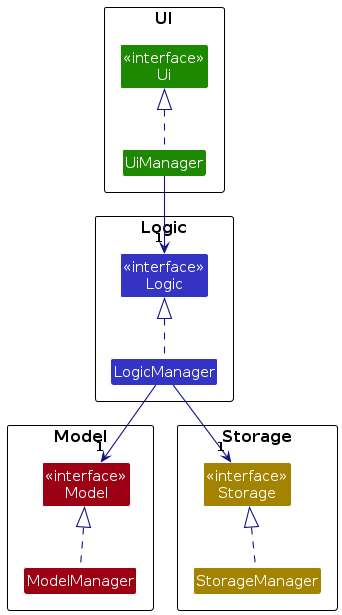
The PlantUML diagram diagrams/ComponentManagers.png in AY2627S1-CS2103T-T11-1/tp, before a commit. Its source is kept beside it as diagrams/ComponentManagers.puml. Source of this version:
```plantuml
@startuml
!include style.puml
skinparam arrowThickness 1.1
skinparam arrowColor LOGIC_COLOR_T4

package UI as UiPackage {
Class "<<interface>>\nUi" as Ui UI_COLOR
Class UiManager UI_COLOR
}

package Logic as LogicPackage {
Class "<<interface>>\nLogic" as Logic LOGIC_COLOR
Class LogicManager LOGIC_COLOR
}

package Model as ModelPackage {
Class "<<interface>>\nModel" as Model MODEL_COLOR
Class ModelManager MODEL_COLOR
}

package Storage as StoragePackage {
Class "<<interface>>\nStorage" as Storage STORAGE_COLOR
Class StorageManager STORAGE_COLOR
}

UiManager .up.|> Ui
LogicManager .up.|> Logic
ModelManager .up.|> Model
StorageManager .up.|> Storage

UiManager --> "1" Logic
LogicManager --> "1" Model
LogicManager --> "1" Storage
@enduml
```
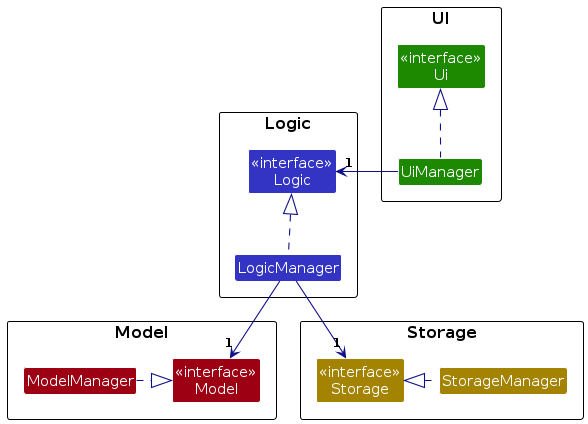
The same diagram one commit later.

What changed in the source:
```diff
@@ -25,10 +25,10 @@
 
 UiManager .up.|> Ui
 LogicManager .up.|> Logic
-ModelManager .up.|> Model
-StorageManager .up.|> Storage
+ModelManager .right.|> Model
+StorageManager .left.|> Storage
 
-UiManager --> "1" Logic
+UiManager -right-> "1" Logic
 LogicManager --> "1" Model
 LogicManager --> "1" Storage
 @enduml
```
